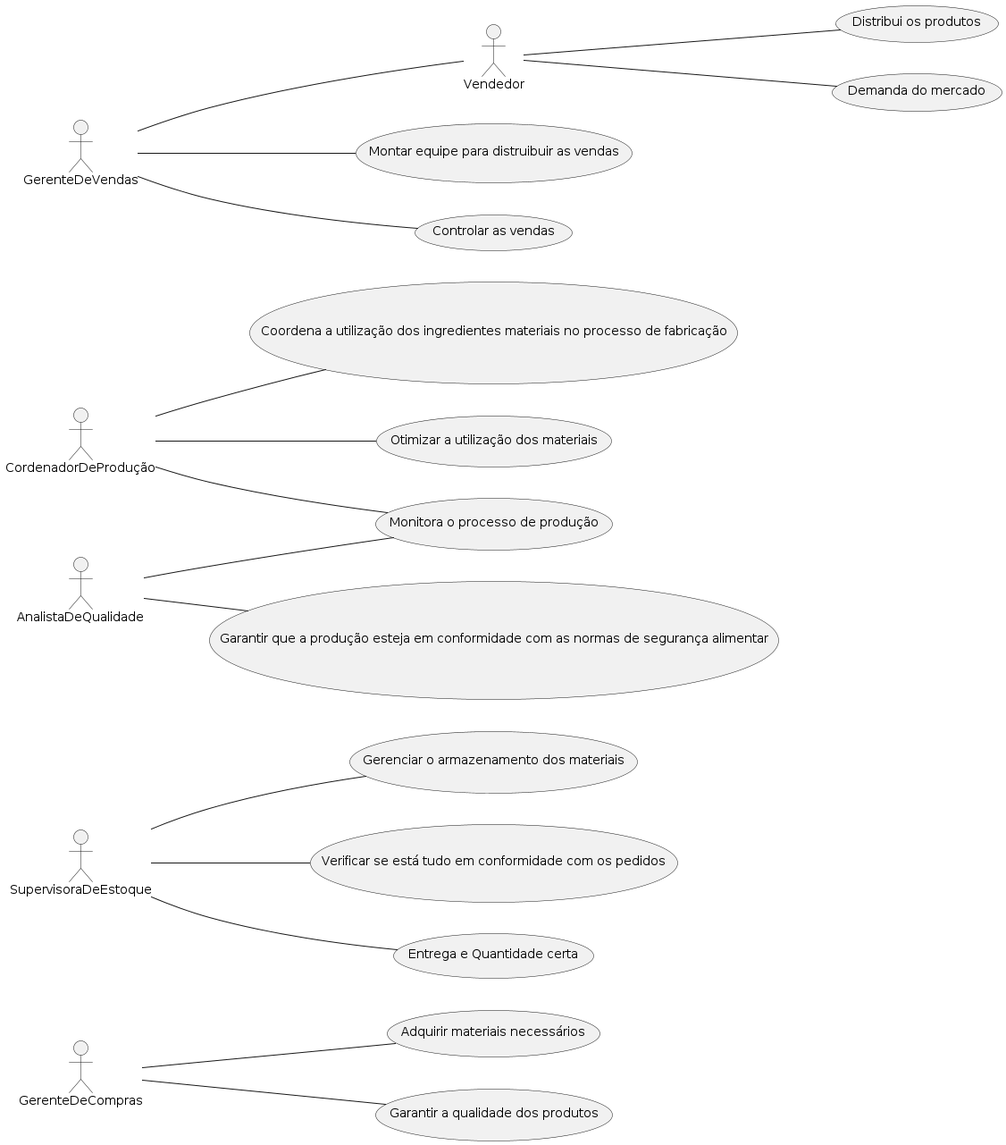
This is Gourmet_atualizado.png from gabrielcallai/eng1, a PlantUML export, as it was before one commit. Source of this version:
```plantuml
@startuml

left to right direction

actor GerenteDeCompras as gc
actor SupervisoraDeEstoque as se
actor CordenadorDeProdução as cp
actor AnalistaDeQualidade as aq
actor Vendedor as vd
actor GerenteDeVendas as gv

usecase "Adquirir materiais necessários" as amn
usecase "Garantir a qualidade dos produtos" as gqdp
usecase "Gerenciar o armazenamento dos materiais" as gadm
usecase "Verificar se está tudo em conformidade com os pedidos" as vcp
usecase "Coordena a utilização dos ingredientes materiais no processo de fabricação" as cuimpf
usecase "Entrega e Quantidade certa" as eqc
usecase "Otimizar a utilização dos materiais" as oudm
usecase "Monitora o processo de produção" as mpdp
usecase "Garantir que a produção esteja em conformidade com as normas de segurança alimentar" as gpec
usecase "Distribui os produtos" as dop
usecase "Demanda do mercado" as ddm
usecase "Montar equipe para distruibuir as vendas" as dv
usecase "Controlar as vendas" as cav
gc -- amn
gc -- gqdp
se -- gadm
se -- vcp
cp -- cuimpf
se -- eqc
cp -- oudm
cp -- mpdp
aq -- mpdp
aq -- gpec
vd -- dop
vd -- ddm
gv -- vd
gv -- cav
gv -- dv

@endluml
```
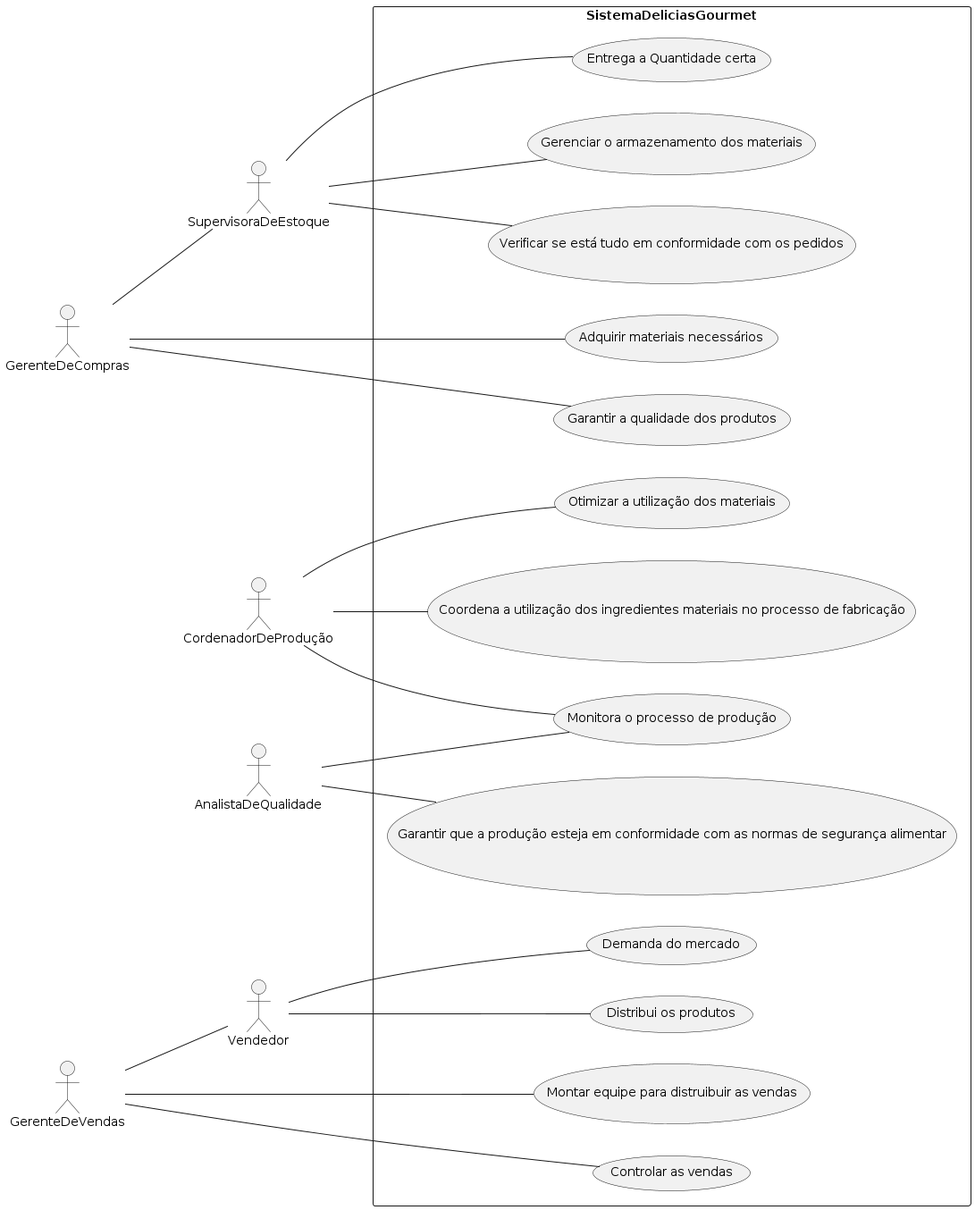
The same file after the commit.

What changed in the source:
```diff
@@ -9,19 +9,22 @@
 actor Vendedor as vd
 actor GerenteDeVendas as gv
 
+rectangle "SistemaDeliciasGourmet"{
 usecase "Adquirir materiais necessários" as amn
 usecase "Garantir a qualidade dos produtos" as gqdp
 usecase "Gerenciar o armazenamento dos materiais" as gadm
 usecase "Verificar se está tudo em conformidade com os pedidos" as vcp
+usecase "Entrega a Quantidade certa" as eqc
 usecase "Coordena a utilização dos ingredientes materiais no processo de fabricação" as cuimpf
-usecase "Entrega e Quantidade certa" as eqc
 usecase "Otimizar a utilização dos materiais" as oudm
 usecase "Monitora o processo de produção" as mpdp
 usecase "Garantir que a produção esteja em conformidade com as normas de segurança alimentar" as gpec
+usecase "Montar equipe para distruibuir as vendas" as dv
+usecase "Controlar as vendas" as cav
 usecase "Distribui os produtos" as dop
 usecase "Demanda do mercado" as ddm
-usecase "Montar equipe para distruibuir as vendas" as dv
-usecase "Controlar as vendas" as cav
+}
+
 gc -- amn
 gc -- gqdp
 se -- gadm
@@ -37,5 +40,6 @@
 gv -- vd
 gv -- cav
 gv -- dv
+gc -- se
 
 @endluml
```
